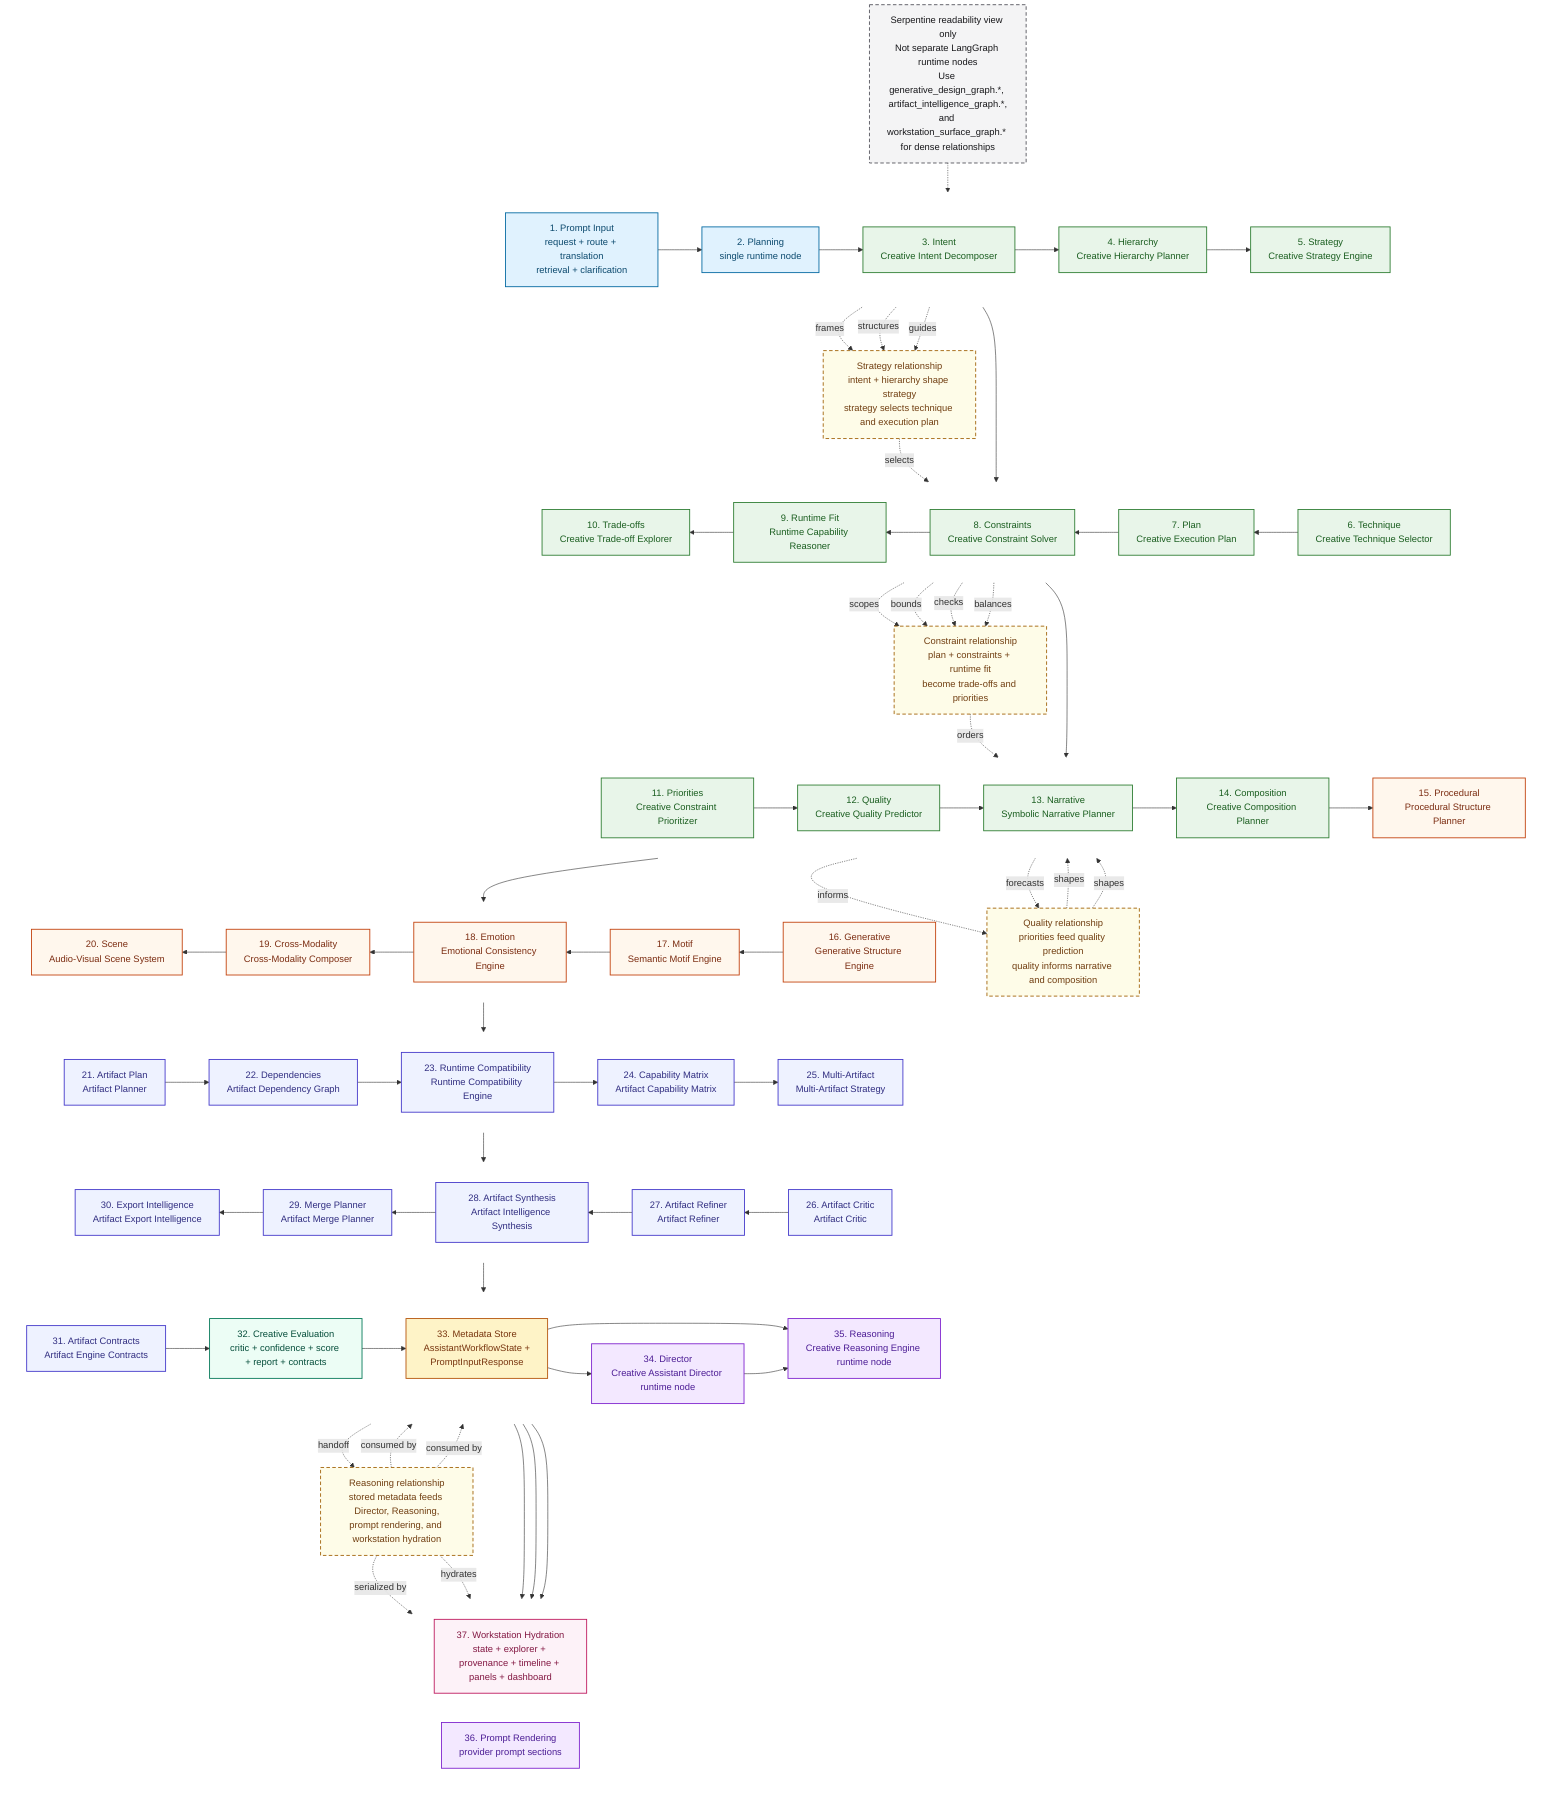
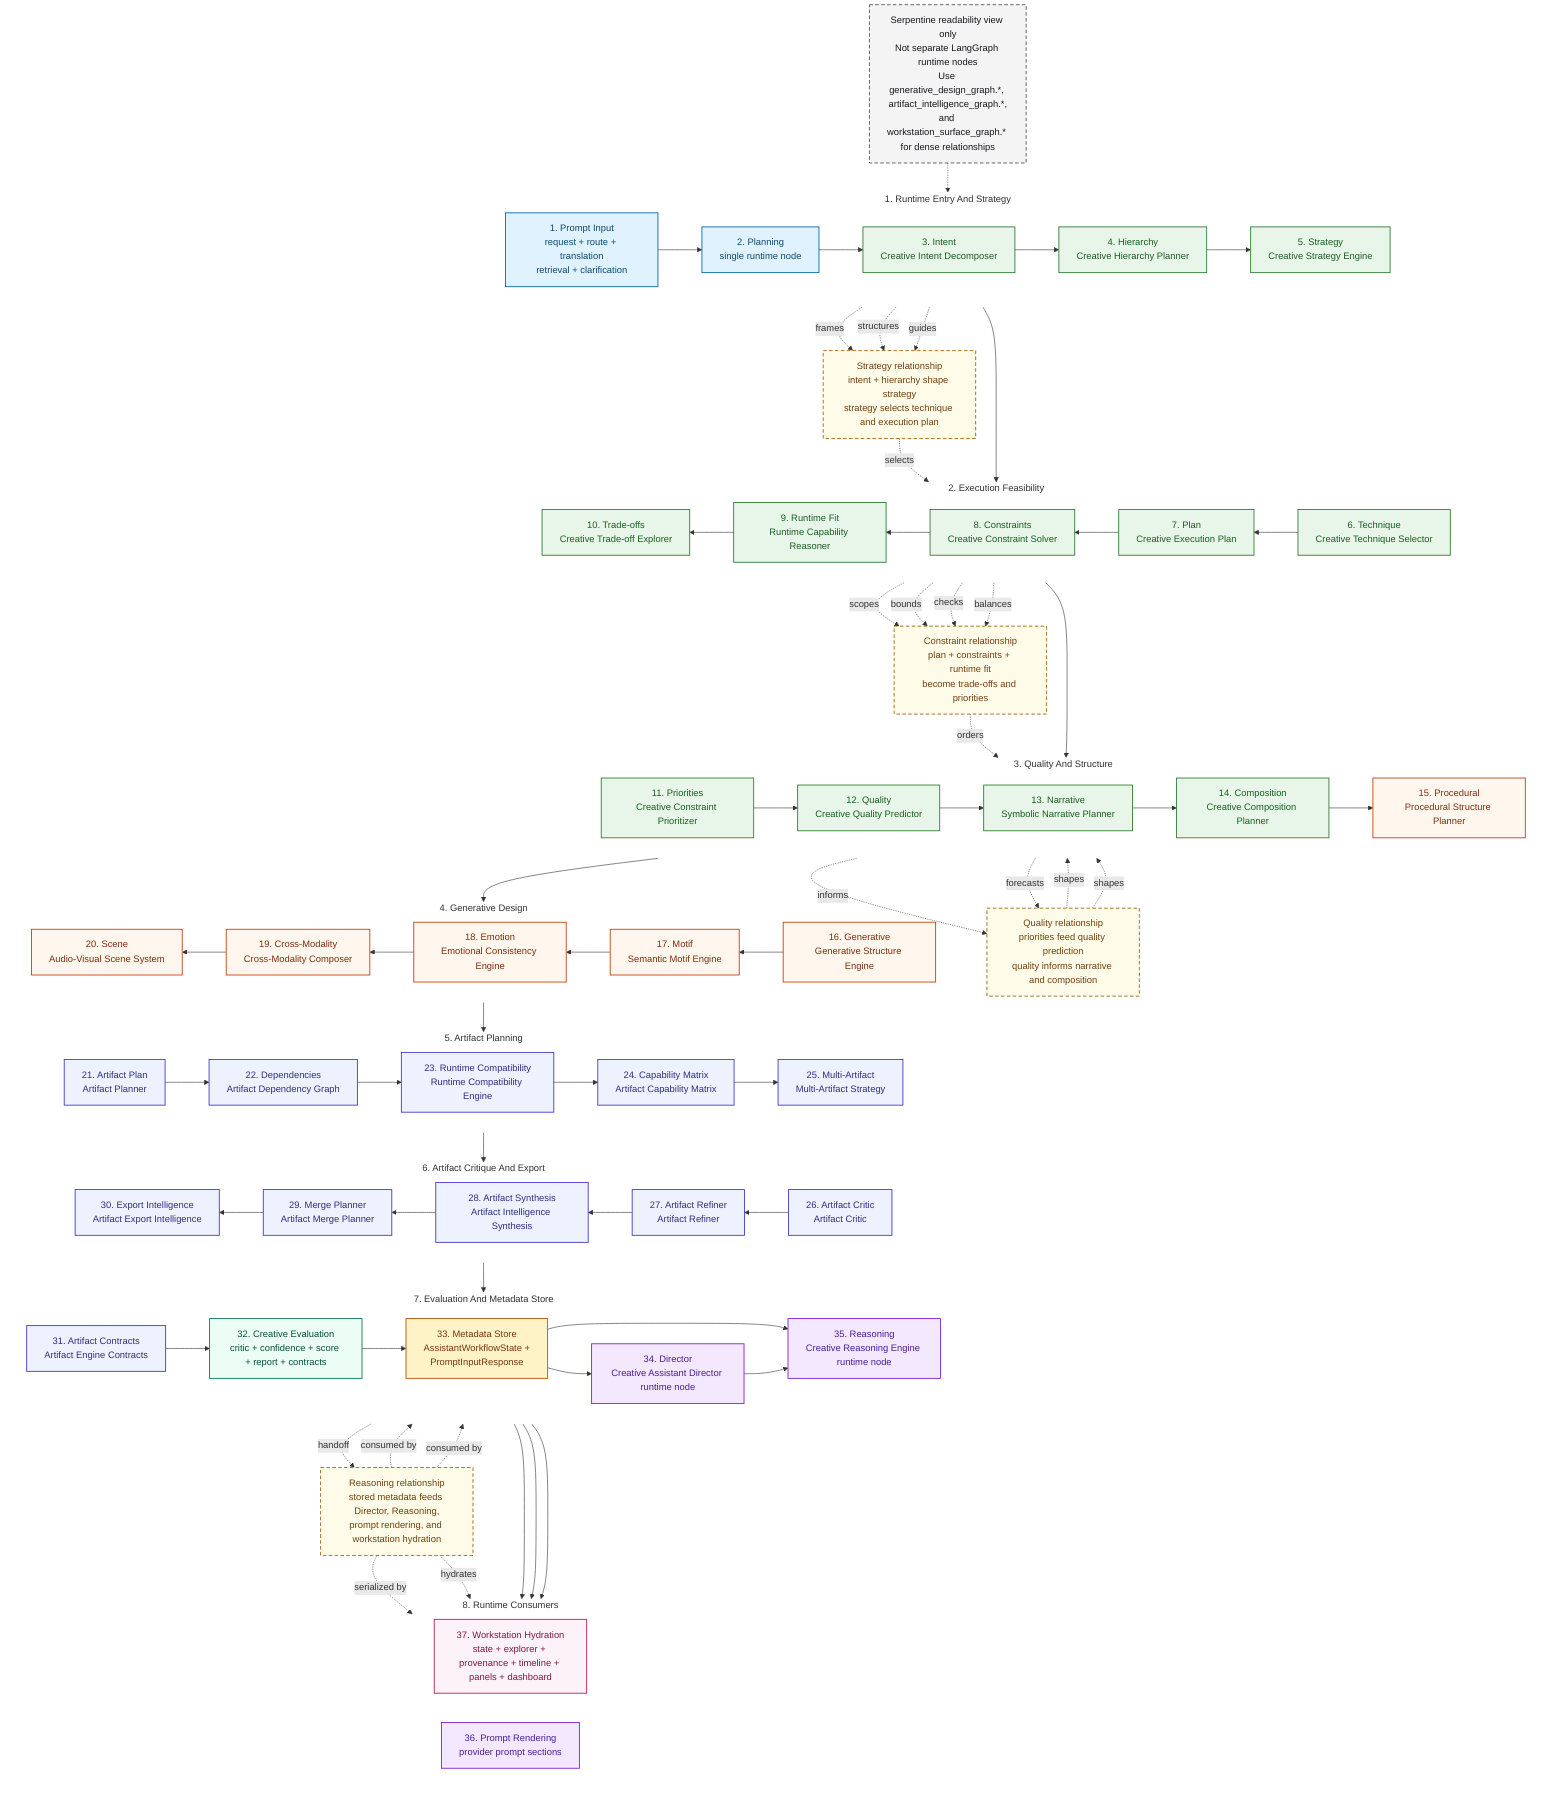
flowchart TB
    %% Class palette
    classDef runtime fill:#E0F2FE,stroke:#0369A1,color:#0C4A6E,stroke-width:1.5px;
    classDef cognition fill:#E8F5E9,stroke:#2E7D32,color:#1B5E20,stroke-width:1.5px;
    classDef design fill:#FFF7ED,stroke:#C2410C,color:#7C2D12,stroke-width:1.5px;
    classDef artifact fill:#EEF2FF,stroke:#4338CA,color:#312E81,stroke-width:1.5px;
    classDef evaluation fill:#ECFDF5,stroke:#047857,color:#064E3B,stroke-width:1.5px;
    classDef store fill:#FEF3C7,stroke:#B45309,color:#78350F,stroke-width:1.5px;
    classDef consumer fill:#F3E8FF,stroke:#7E22CE,color:#4C1D95,stroke-width:1.5px;
    classDef workstation fill:#FDF2F8,stroke:#BE185D,color:#831843,stroke-width:1.5px;
    classDef note fill:#F4F4F5,stroke:#52525B,color:#18181B,stroke-width:1.5px,stroke-dasharray: 6 4;
    classDef relationship fill:#FEFCE8,stroke:#A16207,color:#713F12,stroke-width:1.5px,stroke-dasharray: 6 4;

    %% Serpentine readability rows
-     subgraph row_1[" "]
+     subgraph row_1["1. Runtime Entry And Strategy"]
        direction LR
        prompt_input["1. Prompt Input<br/>request + route + translation<br/>retrieval + clarification"]:::runtime
        planning["2. Planning<br/>single runtime node"]:::runtime
        intent["3. Intent<br/>Creative Intent Decomposer"]:::cognition
        hierarchy["4. Hierarchy<br/>Creative Hierarchy Planner"]:::cognition
        strategy["5. Strategy<br/>Creative Strategy Engine"]:::cognition
    end

-     subgraph row_2[" "]
+     subgraph row_2["2. Execution Feasibility"]
        direction RL
        techniques["6. Technique<br/>Creative Technique Selector"]:::cognition
        plan["7. Plan<br/>Creative Execution Plan"]:::cognition
        constraints["8. Constraints<br/>Creative Constraint Solver"]:::cognition
        runtime_reasoner["9. Runtime Fit<br/>Runtime Capability Reasoner"]:::cognition
        tradeoffs["10. Trade-offs<br/>Creative Trade-off Explorer"]:::cognition
    end

-     subgraph row_3[" "]
+     subgraph row_3["3. Quality And Structure"]
        direction LR
        priorities["11. Priorities<br/>Creative Constraint Prioritizer"]:::cognition
        quality["12. Quality<br/>Creative Quality Predictor"]:::cognition
        narrative["13. Narrative<br/>Symbolic Narrative Planner"]:::cognition
        composition["14. Composition<br/>Creative Composition Planner"]:::cognition
        procedural["15. Procedural<br/>Procedural Structure Planner"]:::design
    end

-     subgraph row_4[" "]
+     subgraph row_4["4. Generative Design"]
        direction RL
        generative["16. Generative<br/>Generative Structure Engine"]:::design
        motif["17. Motif<br/>Semantic Motif Engine"]:::design
        emotion["18. Emotion<br/>Emotional Consistency Engine"]:::design
        cross["19. Cross-Modality<br/>Cross-Modality Composer"]:::design
        scene["20. Scene<br/>Audio-Visual Scene System"]:::design
    end

-     subgraph row_5[" "]
+     subgraph row_5["5. Artifact Planning"]
        direction LR
        artifact_plan["21. Artifact Plan<br/>Artifact Planner"]:::artifact
        dependency["22. Dependencies<br/>Artifact Dependency Graph"]:::artifact
        compatibility["23. Runtime Compatibility<br/>Runtime Compatibility Engine"]:::artifact
        capability["24. Capability Matrix<br/>Artifact Capability Matrix"]:::artifact
        artifact_strategy["25. Multi-Artifact<br/>Multi-Artifact Strategy"]:::artifact
    end

-     subgraph row_6[" "]
+     subgraph row_6["6. Artifact Critique And Export"]
        direction RL
        artifact_critic["26. Artifact Critic<br/>Artifact Critic"]:::artifact
        artifact_refiner["27. Artifact Refiner<br/>Artifact Refiner"]:::artifact
        artifact_synthesis["28. Artifact Synthesis<br/>Artifact Intelligence Synthesis"]:::artifact
        merge_planner["29. Merge Planner<br/>Artifact Merge Planner"]:::artifact
        export_intelligence["30. Export Intelligence<br/>Artifact Export Intelligence"]:::artifact
    end

-     subgraph row_7[" "]
+     subgraph row_7["7. Evaluation And Metadata Store"]
        direction LR
        contracts["31. Artifact Contracts<br/>Artifact Engine Contracts"]:::artifact
        evaluation["32. Creative Evaluation<br/>critic + confidence + score + report + contracts"]:::evaluation
        metadata_store["33. Metadata Store<br/>AssistantWorkflowState +<br/>PromptInputResponse"]:::store
        director["34. Director<br/>Creative Assistant Director runtime node"]:::consumer
        reasoning["35. Reasoning<br/>Creative Reasoning Engine runtime node"]:::consumer
    end

-     subgraph row_8[" "]
+     subgraph row_8["8. Runtime Consumers"]
        direction RL
        workstation["37. Workstation Hydration<br/>state + explorer + provenance + timeline + panels + dashboard"]:::workstation
        prompt_rendering["36. Prompt Rendering<br/>provider prompt sections"]:::consumer
    end

    %% Context note
    note["Serpentine readability view only<br/>Not separate LangGraph runtime nodes<br/>Use generative_design_graph.*, artifact_intelligence_graph.*,<br/>and workstation_surface_graph.* for dense relationships"]:::note
    strategy_boundary["Strategy relationship<br/>intent + hierarchy shape strategy<br/>strategy selects technique and execution plan"]:::relationship
    constraint_boundary["Constraint relationship<br/>plan + constraints + runtime fit<br/>become trade-offs and priorities"]:::relationship
    quality_boundary["Quality relationship<br/>priorities feed quality prediction<br/>quality informs narrative and composition"]:::relationship
    reasoning_boundary["Reasoning relationship<br/>stored metadata feeds Director, Reasoning,<br/>prompt rendering, and workstation hydration"]:::relationship

    %% Serpentine capability flow
    prompt_input --> planning --> intent --> hierarchy --> strategy
    strategy --> techniques --> plan --> constraints --> runtime_reasoner --> tradeoffs
    tradeoffs --> priorities --> quality --> narrative --> composition --> procedural
    procedural --> generative --> motif --> emotion --> cross --> scene
    scene --> artifact_plan --> dependency --> compatibility --> capability --> artifact_strategy
    artifact_strategy --> artifact_critic --> artifact_refiner --> artifact_synthesis --> merge_planner --> export_intelligence
    export_intelligence --> contracts --> evaluation --> metadata_store

    %% Runtime metadata consumers
    metadata_store --> director
    metadata_store --> reasoning
    metadata_store --> prompt_rendering
    metadata_store --> workstation
    director --> reasoning --> prompt_rendering
    note -.-> planning

    %% Relationship annotations
    intent -. frames .-> strategy_boundary
    hierarchy -. structures .-> strategy_boundary
    strategy -. guides .-> strategy_boundary
    strategy_boundary -. selects .-> techniques
    plan -. scopes .-> constraint_boundary
    constraints -. bounds .-> constraint_boundary
    runtime_reasoner -. checks .-> constraint_boundary
    tradeoffs -. balances .-> constraint_boundary
    constraint_boundary -. orders .-> priorities
    priorities -. informs .-> quality_boundary
    quality -. forecasts .-> quality_boundary
    quality_boundary -. shapes .-> narrative
    quality_boundary -. shapes .-> composition
    metadata_store -. handoff .-> reasoning_boundary
    reasoning_boundary -. consumed by .-> director
    reasoning_boundary -. consumed by .-> reasoning
    reasoning_boundary -. serialized by .-> prompt_rendering
    reasoning_boundary -. hydrates .-> workstation

    %% Row styling
    style row_1 fill:none,stroke:none
    style row_2 fill:none,stroke:none
    style row_3 fill:none,stroke:none
    style row_4 fill:none,stroke:none
    style row_5 fill:none,stroke:none
    style row_6 fill:none,stroke:none
    style row_7 fill:none,stroke:none
    style row_8 fill:none,stroke:none
